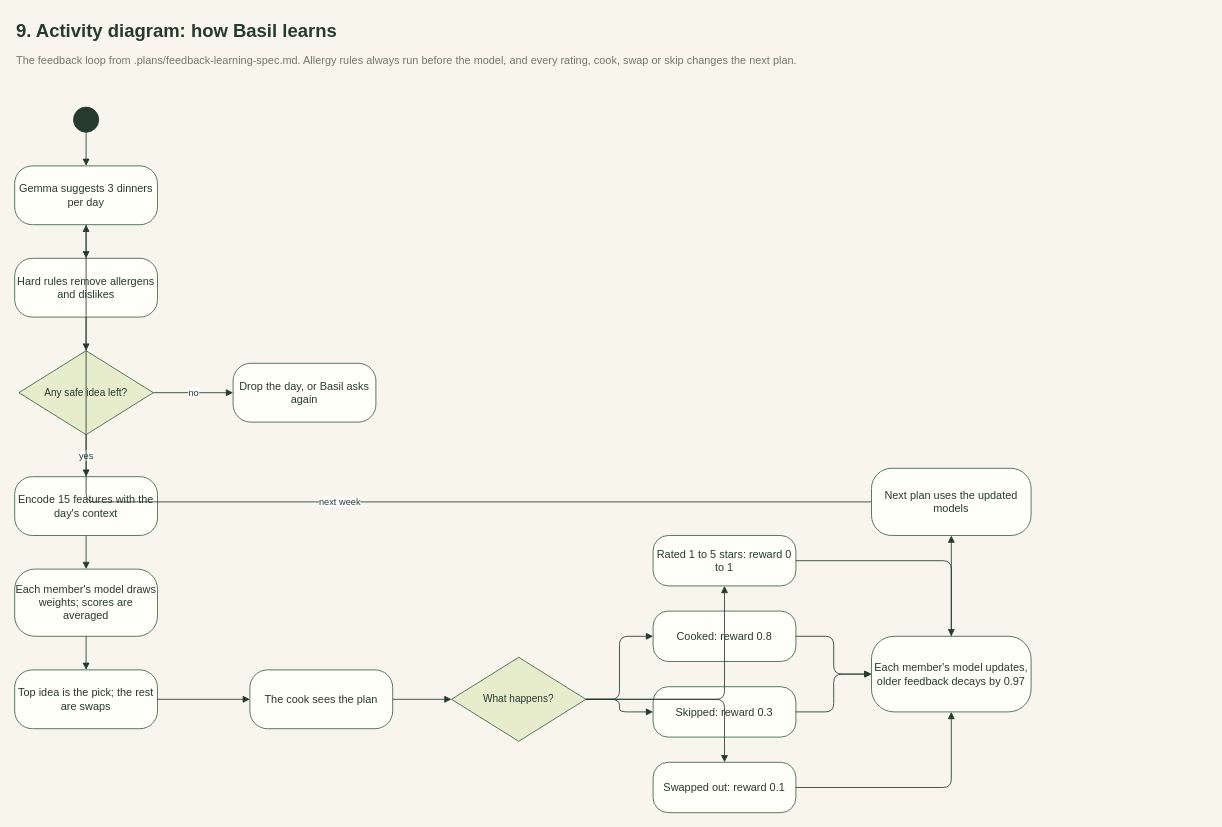
Before: page "9 Activity: how Basil learns" (9 of 13) of docs/design/yeschef.drawio in spheritual/yeschef, a draw.io diagram. Source tidied: cells renumbered, new cells numbered last; positions are measured from the earlier drawing's top-left corner, leaving out a move shared by most shapes. Both pictures are drawn from the tidied source at 84%, with x=0, y=0 at pixel (14, 14).
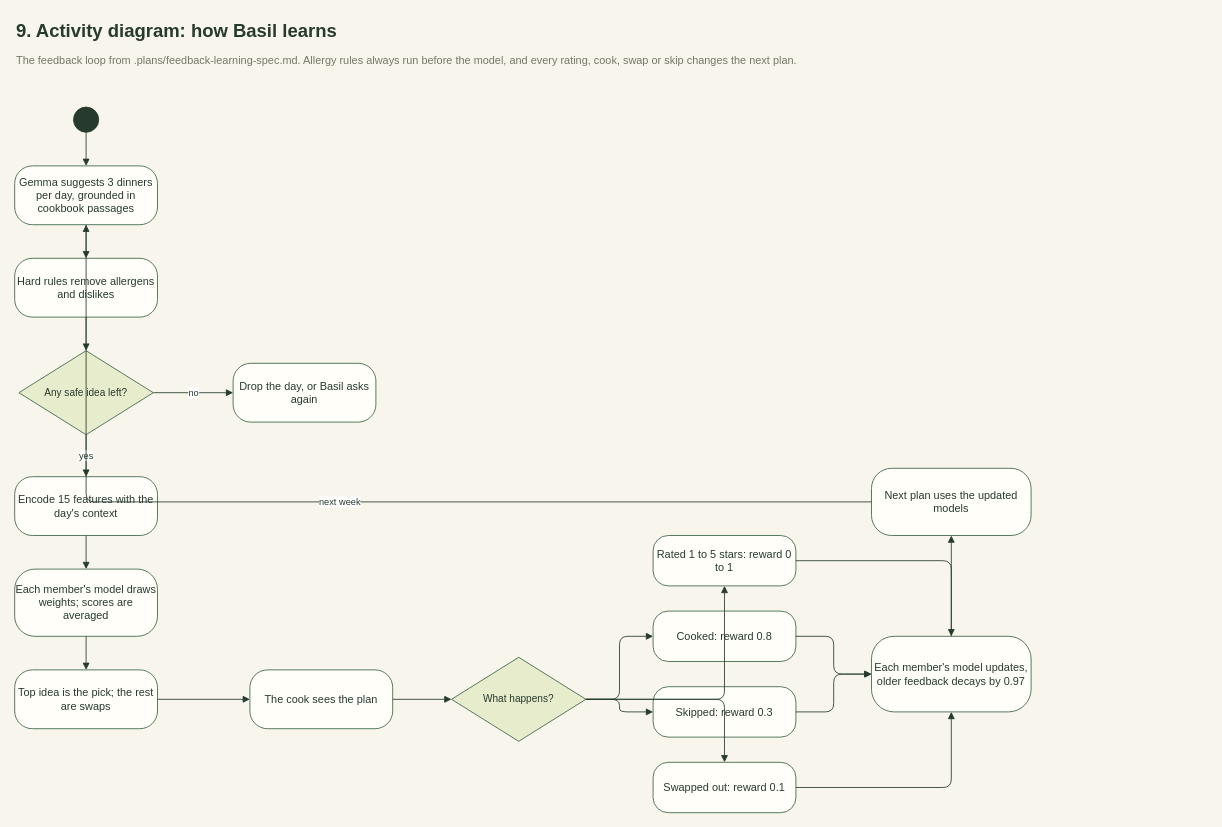
The same page after the edit.

Commit message (it also covers changes not shown here):
Show the cookbook retrieval in the design set

The context, components, planning sequence and learning-loop tabs now include the bundled Gutenberg cookbooks and the search the planner runs before each prompt, and the feature sheet has a row for cookbook grounding with its open Mac task.

Change to the diagram source:
```diff
@@
-    <mxCell id="5" value="Gemma suggests 3 dinners per day" style="html=1;whiteSpace=wrap;fontColor=#263B2E;strokeColor=#386347;fontSize=13;rounded=1;arcSize=30;fillColor=#FFFEF8;" parent="1" vertex="1">
+    <mxCell id="5" value="Gemma suggests 3 dinners per day, grounded in cookbook passages" style="html=1;whiteSpace=wrap;fontColor=#263B2E;strokeColor=#386347;fontSize=13;rounded=1;arcSize=30;fillColor=#FFFEF8;" parent="1" vertex="1">
       <mxGeometry y="180" width="170" height="70" as="geometry" />
     </mxCell>
```
